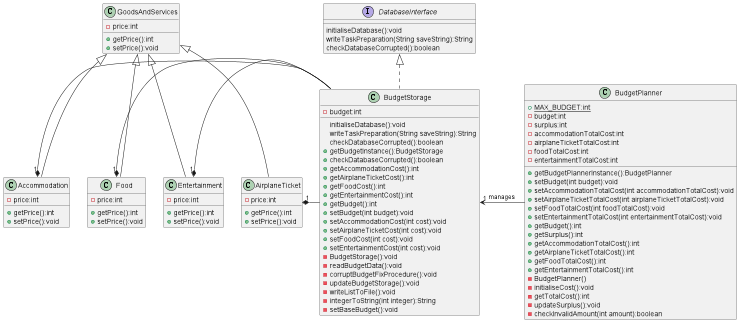
nus-cs2113-AY2223S2/tp keeps this PlantUML diagram as docs/diagrams/budget/budgetClassDiagram.png. Above is the earlier version. The source it was exported from:
```plantuml
@startuml

interface DatabaseInterface {
initialiseDatabase():void
writeTaskPreparation(String saveString):String
checkDatabaseCorrupted():boolean
}
class BudgetStorage implements DatabaseInterface {
-budget:int
initialiseDatabase():void
writeTaskPreparation(String saveString):String
checkDatabaseCorrupted():boolean
+getBudgetInstance():BudgetStorage
+checkDatabaseCorrupted():boolean
+getAccommodationCost():int
+getAirplaneTicketCost():int
+getFoodCost():int
+getEntertainmentCost():int
+getBudget():int
+setBudget(int budget):void
+setAccommodationCost(int cost):void
+setAirplaneTicketCost(int cost):void
+setFoodCost(int cost):void
+setEntertainmentCost(int cost):void
-BudgetStorage():void
-readBudgetData():void
-corruptBudgetFixProcedure():void
-updateBudgetStorage():void
-writeListToFile():void
-integerToString(int integer):String
-setBaseBudget():void
}
class BudgetPlanner {
{static}+MAX_BUDGET:int
-budget:int
-surplus:int
-accommodationTotalCost:int
-airplaneTicketTotalCost:int
-foodTotalCost:int
-entertainmentTotalCost:int
+getBudgetPlannerInstance():BudgetPlanner
+setBudget(int budget):void
+setAccommodationTotalCost(int accommodationTotalCost):void
+setAirplaneTicketTotalCost(int airplaneTicketTotalCost):void
+setFoodTotalCost(int foodTotalCost):void
+setEntertainmentTotalCost(int entertainmentTotalCost):void
+getBudget():int
+getSurplus():int
+getAccommodationTotalCost():int
+getAirplaneTicketTotalCost():int
+getFoodTotalCost():int
+getEntertainmentTotalCost():int
-BudgetPlanner()
-initialiseCost():void
-getTotalCost():int
-updateSurplus():void
-checkInvalidAmount(int amount):boolean

}
BudgetStorage "1" <- BudgetPlanner : manages
BudgetStorage -left-* "1"AirplaneTicket
BudgetStorage -left-* "1"Entertainment
BudgetStorage -left-* "1"Food
BudgetStorage -left-* "1"Accommodation

class AirplaneTicket extends GoodsAndServices {
-price:int
+getPrice():int
+setPrice():void
}
class Accommodation extends GoodsAndServices {
-price:int
+getPrice():int
+setPrice():void
}
class Food extends GoodsAndServices {
-price:int
+getPrice():int
+setPrice():void
}
class Entertainment extends GoodsAndServices {
-price:int
+getPrice():int
+setPrice():void
}
class GoodsAndServices {
-price:int
+getPrice():int
+setPrice():void
}

@enduml
```
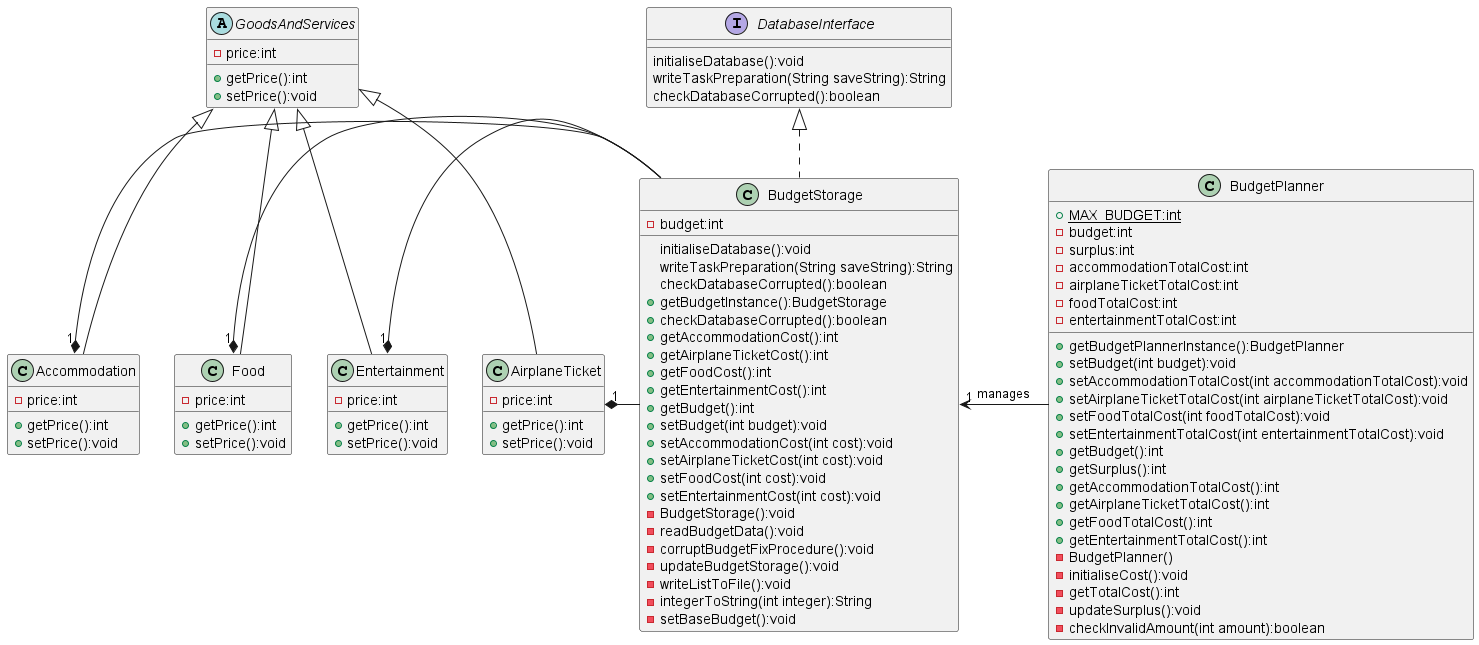
The same file after the commit.

Commit message:
Update BudgetClassDiagram to abstract Goodsandservices

What changed in the source:
```diff
@@ -83,7 +83,7 @@
 +getPrice():int
 +setPrice():void
 }
-class GoodsAndServices {
+abstract class GoodsAndServices {
 -price:int
 +getPrice():int
 +setPrice():void
```
